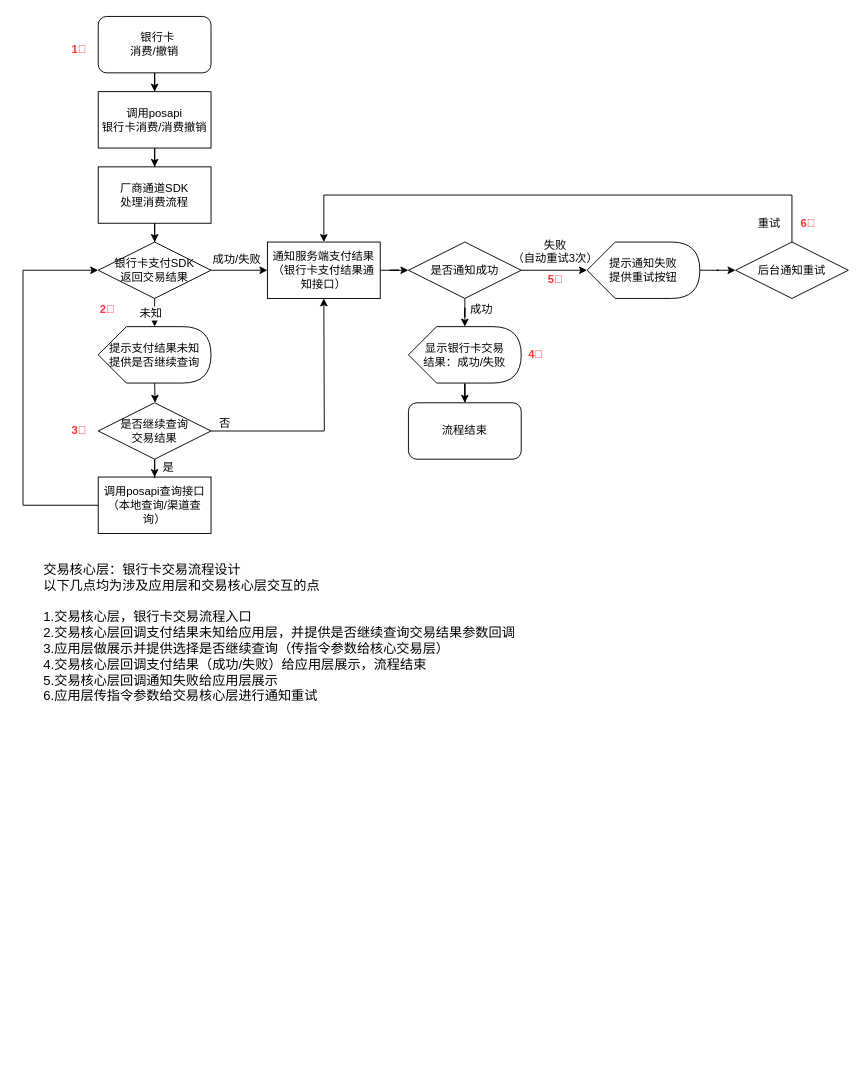
BigKarel/mind keeps this draw.io diagram as 银行卡交易流程.drawio. Above is the earlier version. Source tidied: cells renumbered, new cells numbered last; positions are measured from the earlier drawing's top-left corner, leaving out a move shared by most shapes. Both pictures are drawn from the tidied source at 94%, with x=0, y=0 at pixel (23, 16).
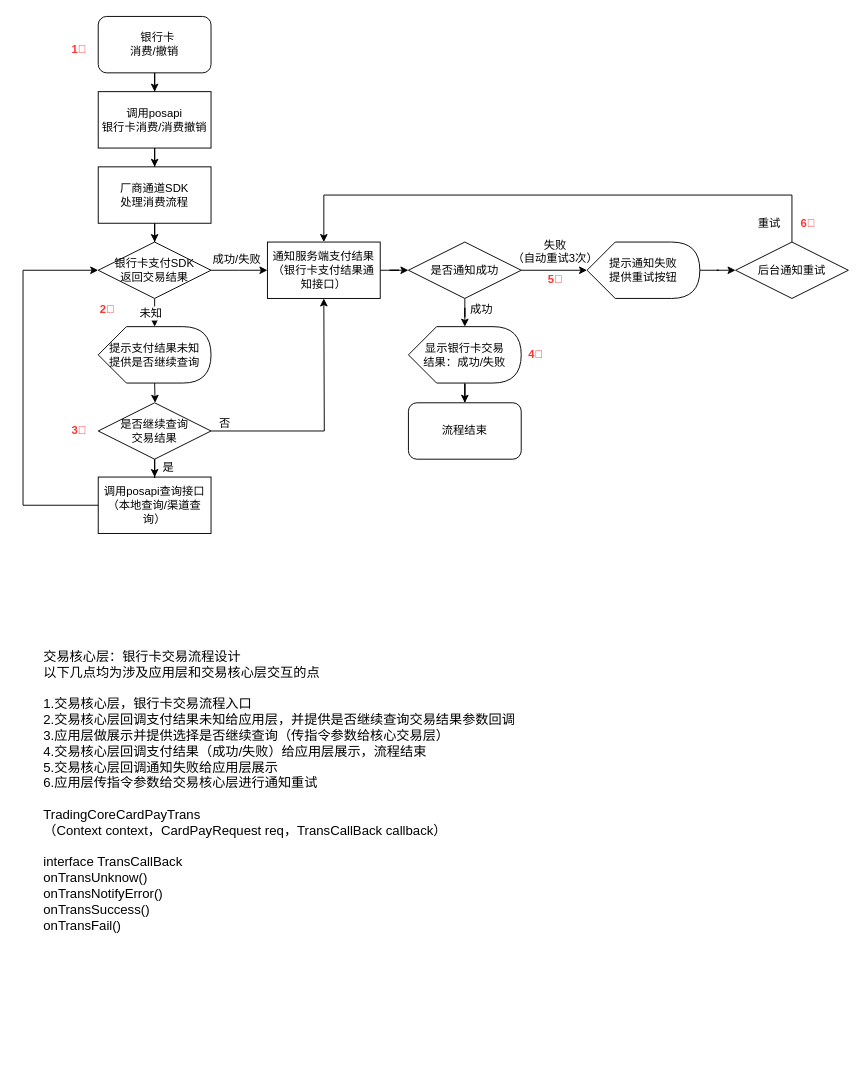
After the change.

Commit message (it also covers changes not shown here):
Update 银行卡交易流程.drawio

Diff of the diagram source:
```diff
@@
-    <mxCell id="34" value="交易核心层：银行卡交易流程设计&lt;br style=&quot;font-size: 14px;&quot;&gt;以下几点均为涉及应用层和交易核心层交互的点&lt;br style=&quot;font-size: 14px;&quot;&gt;&lt;br style=&quot;font-size: 14px;&quot;&gt;1.交易核心层，银行卡交易流程入口&lt;br style=&quot;font-size: 14px;&quot;&gt;2.交易核心层回调支付结果未知给应用层，并提供是否继续查询交易结果参数回调&lt;br style=&quot;font-size: 14px;&quot;&gt;3.应用层做展示并提供选择是否继续查询（传指令参数给核心交易层）&lt;br style=&quot;font-size: 14px;&quot;&gt;4.交易核心层回调支付结果（成功/失败）给应用层展示，流程结束&lt;br style=&quot;font-size: 14px;&quot;&gt;5.交易核心层回调通知失败给应用层展示&lt;br style=&quot;font-size: 14px;&quot;&gt;6.应用层传指令参数给交易核心层进行通知重试&lt;br style=&quot;font-size: 14px;&quot;&gt;&lt;br style=&quot;font-size: 14px;&quot;&gt;" style="text;html=1;align=left;verticalAlign=top;spacingTop=-4;fontSize=14;" parent="1" vertex="1">
-      <mxGeometry x="20" y="578" width="450" height="140" as="geometry" />
+    <mxCell id="34" value="交易核心层：银行卡交易流程设计&lt;br style=&quot;font-size: 14px&quot;&gt;以下几点均为涉及应用层和交易核心层交互的点&lt;br style=&quot;font-size: 14px&quot;&gt;&lt;br style=&quot;font-size: 14px&quot;&gt;1.交易核心层，银行卡交易流程入口&lt;br style=&quot;font-size: 14px&quot;&gt;2.交易核心层回调支付结果未知给应用层，并提供是否继续查询交易结果参数回调&lt;br style=&quot;font-size: 14px&quot;&gt;3.应用层做展示并提供选择是否继续查询（传指令参数给核心交易层）&lt;br style=&quot;font-size: 14px&quot;&gt;4.交易核心层回调支付结果（成功/失败）给应用层展示，流程结束&lt;br style=&quot;font-size: 14px&quot;&gt;5.交易核心层回调通知失败给应用层展示&lt;br style=&quot;font-size: 14px&quot;&gt;6.应用层传指令参数给交易核心层进行通知重试&lt;br&gt;&lt;br&gt;TradingCoreCardPayTrans&lt;br&gt;（Context context，CardPayRequest req，TransCallBack callback）&lt;br&gt;&lt;br&gt;interface TransCallBack&lt;br&gt;onTransUnknow()&lt;br&gt;onTransNotifyError()&lt;br&gt;onTransSuccess()&lt;br&gt;onTransFail()&lt;br&gt;&lt;br&gt;&lt;br&gt;&lt;br&gt;&lt;br&gt;&lt;br&gt;&lt;br&gt;&lt;br&gt;&lt;br&gt;" style="text;html=1;align=left;verticalAlign=top;spacingTop=-4;fontSize=14;" parent="1" vertex="1">
+      <mxGeometry x="20" y="670" width="520" height="440" as="geometry" />
     </mxCell>
```
